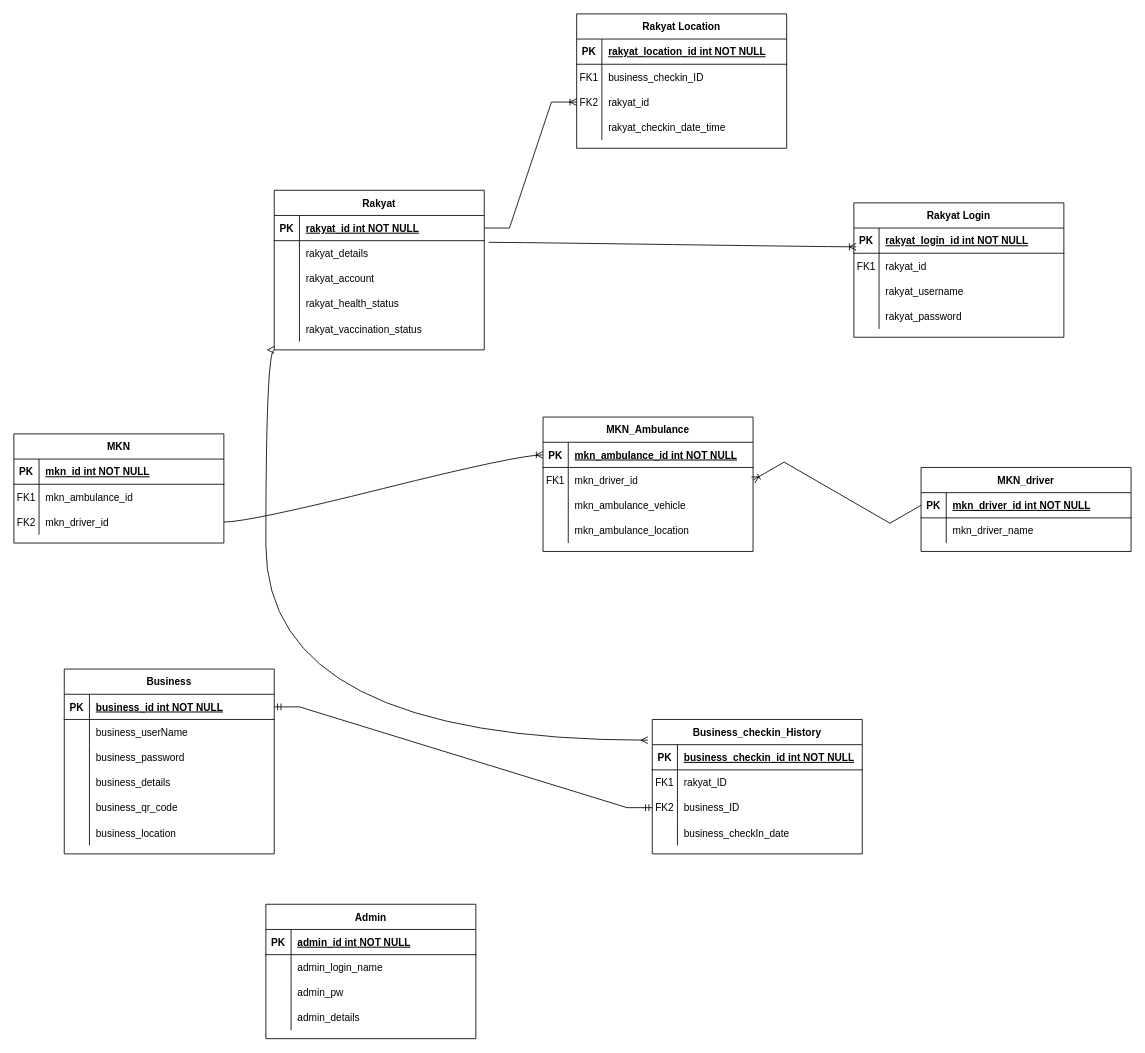
This is mysej.drawio from ahmadanwar93/SET-day-22, a draw.io file, before an edit. Source tidied: cells renumbered, new cells numbered last; positions are measured from the earlier drawing's top-left corner, leaving out a move shared by most shapes. Both pictures are drawn from the tidied source at 84%, with x=0, y=0 at pixel (13, 13).
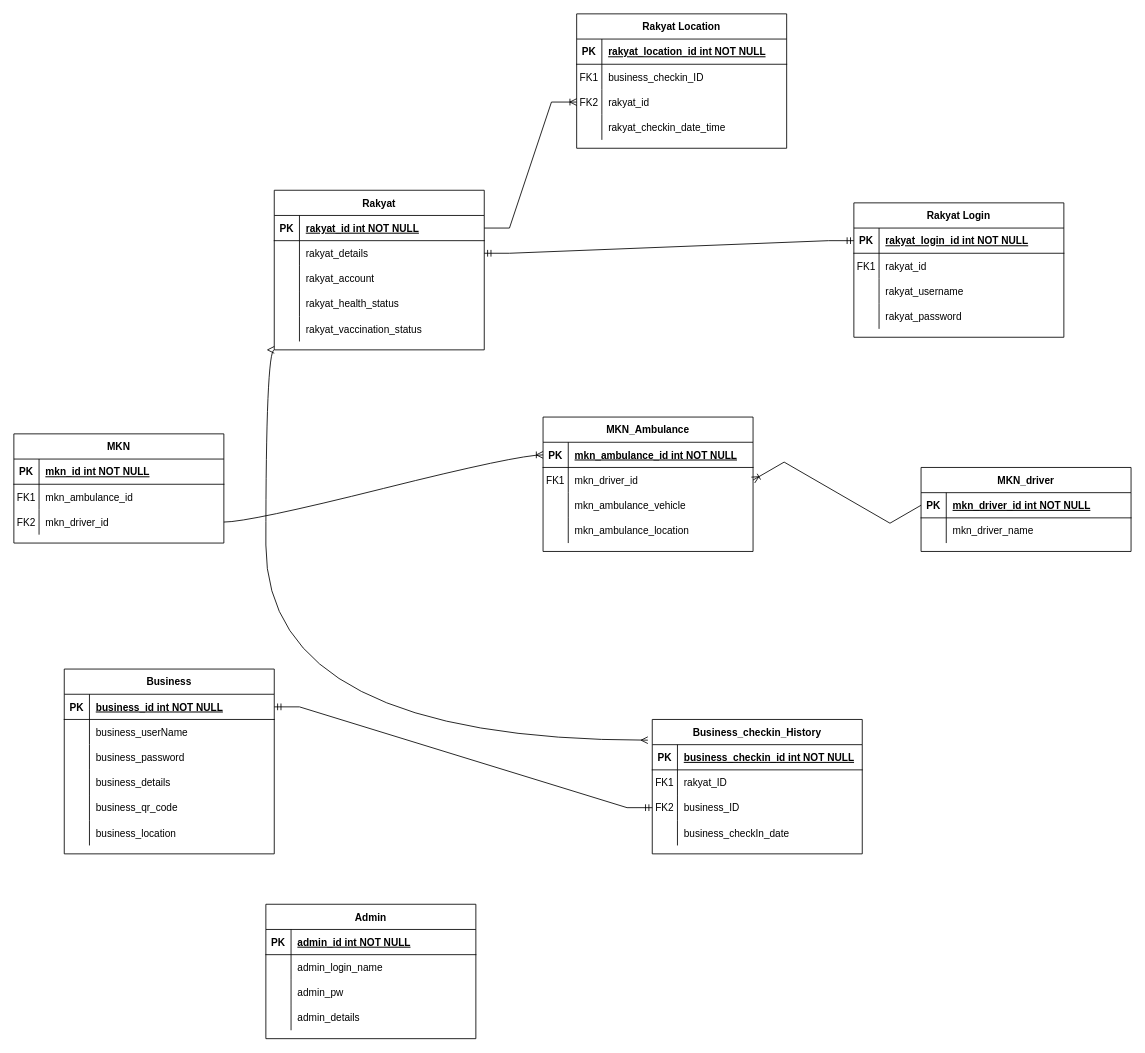
The same diagram, later.

Unchanged cells that the change refers to:
```xml
<mxCell id="29" style="shape=partialRectangle;fillColor=none;points=[[0,0.5],[1,0.5]];portConstraint=eastwest;top=0;left=0;right=0;bottom=0;" parent="25" vertex="1">
  <mxGeometry y="60" width="250" height="30" as="geometry" />
</mxCell>
<mxCell id="74" style="shape=partialRectangle;fillColor=none;points=[[0,0.5],[1,0.5]];portConstraint=eastwest;top=0;left=0;right=0;bottom=1;" parent="73" vertex="1">
  <mxGeometry y="30" width="250" height="30" as="geometry" />
</mxCell>
<mxCell id="77" style="shape=partialRectangle;fillColor=none;points=[[0,0.5],[1,0.5]];portConstraint=eastwest;top=0;left=0;right=0;bottom=0;" parent="73" vertex="1">
  <mxGeometry y="60" width="250" height="30" as="geometry" />
</mxCell>
```

Diff of the diagram source:
```diff
@@
-    <mxCell id="121" style="edgeStyle=entityRelationEdgeStyle;fontSize=12;html=1;endArrow=ERoneToMany;rounded=0;curved=1;exitX=1.021;exitY=0.067;exitDx=0;exitDy=0;exitPerimeter=0;entryX=0.011;entryY=-0.256;entryDx=0;entryDy=0;entryPerimeter=0;" parent="1" edge="1" source="29" target="77">
-      <mxGeometry relative="1" as="geometry" />
-    </mxCell>
@@
+    <mxCell id="125" style="edgeStyle=entityRelationEdgeStyle;fontSize=12;html=1;endArrow=ERmandOne;startArrow=ERmandOne;rounded=0;exitX=1;exitY=0.5;exitDx=0;exitDy=0;entryX=0;entryY=0.5;entryDx=0;entryDy=0;" parent="1" edge="1" source="29" target="74">
+      <mxGeometry relative="1" as="geometry" />
+    </mxCell>
```
